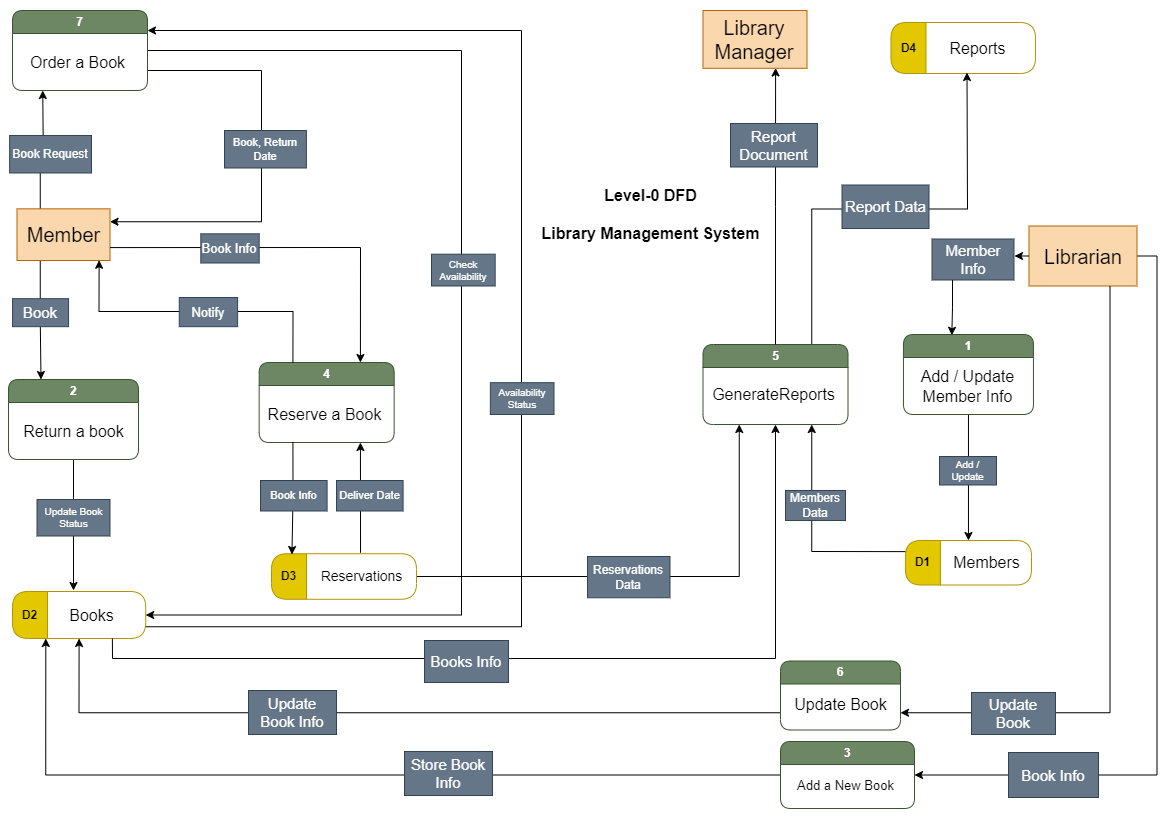
Earlier version of the draw.io export Library Management System (Level-0 DFD).png (Abdulrahman-Sayed-1/Library-Management-System). Source tidied: cells renumbered, new cells last; positions are measured from the earlier drawing's top-left corner, leaving out a move shared by most shapes.
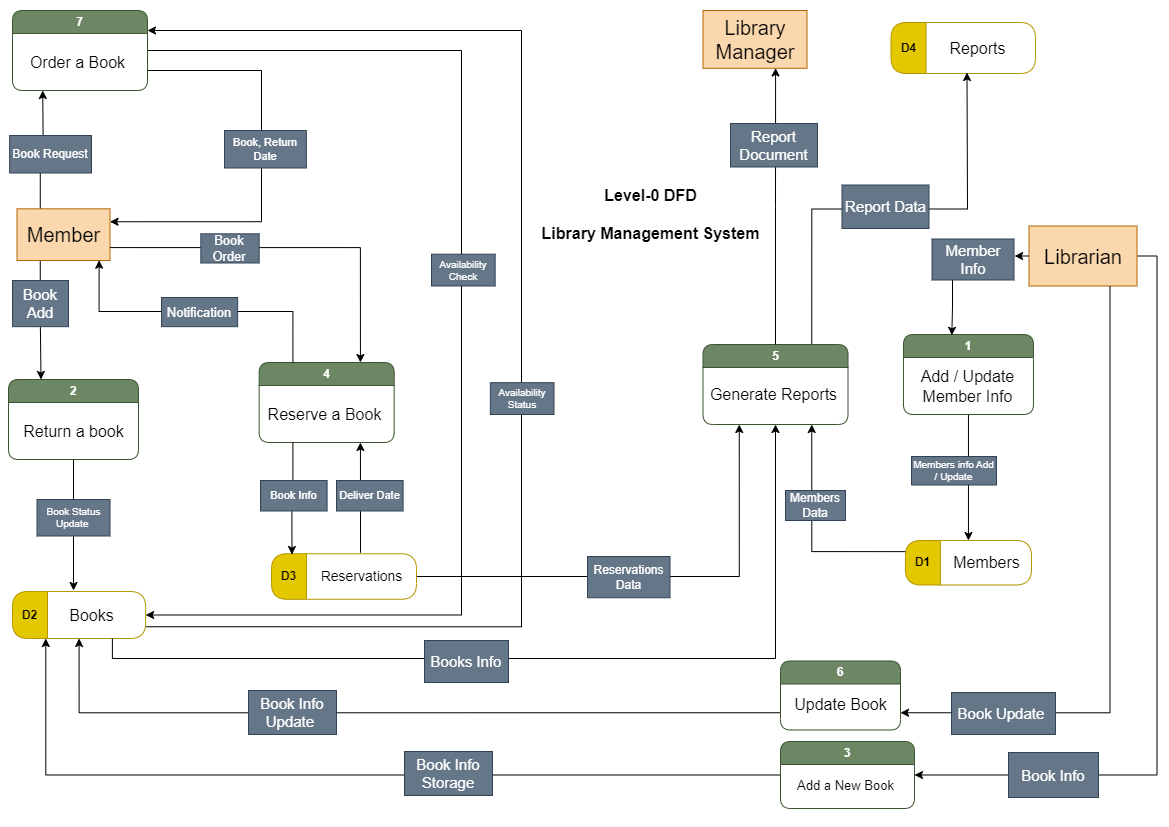
Later version of the same file.

The edit, as a diff of the source:
```diff
@@ -59,10 +59,10 @@
     <mxCell id="17" value="&lt;font style=&quot;font-size: 15px;&quot;&gt;Book Info&lt;/font&gt;" style="rounded=0;whiteSpace=wrap;html=1;fillColor=#647687;strokeColor=#314354;fontColor=#ffffff;fontSize=15;" parent="1" vertex="1">
       <mxGeometry x="1000" y="742" width="90" height="45" as="geometry" />
     </mxCell>
-    <mxCell id="18" value="Update Book&lt;br style=&quot;font-size: 10px;&quot;&gt;Status" style="rounded=0;whiteSpace=wrap;html=1;fillColor=#647687;fontColor=#ffffff;strokeColor=#314354;fontSize=10;" parent="1" vertex="1">
+    <mxCell id="18" value="Book Status Update&amp;nbsp;" style="rounded=0;whiteSpace=wrap;html=1;fillColor=#647687;fontColor=#ffffff;strokeColor=#314354;fontSize=10;" parent="1" vertex="1">
       <mxGeometry x="28.5" y="489" width="73" height="36.5" as="geometry" />
     </mxCell>
-    <mxCell id="19" value="Store Book Info" style="rounded=0;whiteSpace=wrap;html=1;fontSize=15;fillColor=#647687;fontColor=#ffffff;strokeColor=#314354;" parent="1" vertex="1">
+    <mxCell id="19" value="Book Info Storage" style="rounded=0;whiteSpace=wrap;html=1;fontSize=15;fillColor=#647687;fontColor=#ffffff;strokeColor=#314354;" parent="1" vertex="1">
       <mxGeometry x="396" y="741" width="88" height="44" as="geometry" />
     </mxCell>
     <mxCell id="20" value="&lt;font style=&quot;font-size: 15px;&quot;&gt;Books Info&lt;/font&gt;" style="rounded=0;whiteSpace=wrap;html=1;fillColor=#647687;strokeColor=#314354;fontColor=#ffffff;fontSize=15;" parent="1" vertex="1">
@@ -95,11 +95,11 @@
     <mxCell id="29" style="edgeStyle=orthogonalEdgeStyle;rounded=0;jettySize=auto;html=1;exitX=0.75;exitY=1;exitDx=0;exitDy=0;entryX=1;entryY=0.75;entryDx=0;entryDy=0;" parent="1" edge="1" source="21" target="27">
       <mxGeometry relative="1" as="geometry" />
     </mxCell>
-    <mxCell id="30" value="Update Book Info" style="rounded=0;whiteSpace=wrap;html=1;fontSize=15;fillColor=#647687;fontColor=#ffffff;strokeColor=#314354;" parent="1" vertex="1">
+    <mxCell id="30" value="Book Info Update&amp;nbsp;" style="rounded=0;whiteSpace=wrap;html=1;fontSize=15;fillColor=#647687;fontColor=#ffffff;strokeColor=#314354;" parent="1" vertex="1">
       <mxGeometry x="240" y="680" width="88" height="44" as="geometry" />
     </mxCell>
-    <mxCell id="31" value="&lt;font style=&quot;font-size: 15px;&quot;&gt;Update Book&lt;/font&gt;" style="rounded=0;whiteSpace=wrap;html=1;fillColor=#647687;strokeColor=#314354;fontColor=#ffffff;fontSize=15;" parent="1" vertex="1">
-      <mxGeometry x="963" y="682" width="84" height="42" as="geometry" />
+    <mxCell id="31" value="&lt;font style=&quot;font-size: 15px;&quot;&gt;Book&amp;nbsp;&lt;/font&gt;Update&amp;nbsp;" style="rounded=0;whiteSpace=wrap;html=1;fillColor=#647687;strokeColor=#314354;fontColor=#ffffff;fontSize=15;" parent="1" vertex="1">
+      <mxGeometry x="943" y="682" width="104" height="42" as="geometry" />
     </mxCell>
     <mxCell id="32" style="edgeStyle=orthogonalEdgeStyle;rounded=0;jettySize=auto;html=1;exitX=1;exitY=0.75;exitDx=0;exitDy=0;entryX=1;entryY=0.25;entryDx=0;entryDy=0;" parent="1" edge="1" source="34" target="4">
       <mxGeometry relative="1" as="geometry">
@@ -132,14 +132,14 @@
     <mxCell id="38" value="Reserve a Book" style="text;html=1;align=center;verticalAlign=middle;strokeColor=none;fillColor=none;fontSize=16;" parent="37" vertex="1">
       <mxGeometry x="-5" y="37" width="140" height="30" as="geometry" />
     </mxCell>
-    <mxCell id="39" value="&lt;font style=&quot;font-size: 13px;&quot;&gt;Book Info&lt;/font&gt;" style="rounded=0;whiteSpace=wrap;html=1;fillColor=#647687;strokeColor=#314354;fontColor=#ffffff;fontSize=13;" parent="1" vertex="1">
+    <mxCell id="39" value="&lt;font style=&quot;font-size: 13px;&quot;&gt;Book Order&lt;/font&gt;" style="rounded=0;whiteSpace=wrap;html=1;fillColor=#647687;strokeColor=#314354;fontColor=#ffffff;fontSize=13;" parent="1" vertex="1">
       <mxGeometry x="192.3" y="223.3" width="58.3" height="29.2" as="geometry" />
     </mxCell>
     <mxCell id="40" value="Book, Return Date" style="rounded=0;whiteSpace=wrap;html=1;fillColor=#647687;strokeColor=#314354;fontColor=#ffffff;fontSize=11;" parent="1" vertex="1">
       <mxGeometry x="216" y="120" width="81.9" height="37.5" as="geometry" />
     </mxCell>
-    <mxCell id="41" value="&lt;font style=&quot;font-size: 15px;&quot;&gt;Book&lt;/font&gt;" style="rounded=0;whiteSpace=wrap;html=1;fillColor=#647687;strokeColor=#314354;fontColor=#ffffff;fontSize=15;" parent="1" vertex="1">
-      <mxGeometry x="4.1" y="288.2" width="56" height="28" as="geometry" />
+    <mxCell id="41" value="&lt;font style=&quot;font-size: 15px;&quot;&gt;Book Add&lt;/font&gt;" style="rounded=0;whiteSpace=wrap;html=1;fillColor=#647687;strokeColor=#314354;fontColor=#ffffff;fontSize=15;" parent="1" vertex="1">
+      <mxGeometry x="4" y="270" width="56" height="46.2" as="geometry" />
     </mxCell>
     <mxCell id="42" style="edgeStyle=orthogonalEdgeStyle;rounded=0;jettySize=auto;html=1;exitX=0.5;exitY=1;exitDx=0;exitDy=0;entryX=1;entryY=0.5;entryDx=0;entryDy=0;" parent="1" edge="1" source="43" target="22">
       <mxGeometry relative="1" as="geometry" />
@@ -150,8 +150,8 @@
     <mxCell id="44" value="Add / Update&lt;br&gt;Member Info" style="text;html=1;align=center;verticalAlign=middle;strokeColor=none;fillColor=none;fontSize=16;" parent="43" vertex="1">
       <mxGeometry x="4" y="27" width="120" height="50" as="geometry" />
     </mxCell>
-    <mxCell id="45" value="&lt;font style=&quot;font-size: 10px;&quot;&gt;Add / Update&lt;/font&gt;" style="rounded=0;whiteSpace=wrap;html=1;fillColor=#647687;strokeColor=#314354;fontColor=#ffffff;fontSize=10;" parent="1" vertex="1">
-      <mxGeometry x="931" y="446" width="57" height="28.5" as="geometry" />
+    <mxCell id="45" value="&lt;font style=&quot;font-size: 10px;&quot;&gt;&lt;span style=&quot;text-wrap: nowrap;&quot;&gt;Members &lt;/span&gt;&lt;span style=&quot;text-wrap: nowrap;&quot;&gt;info&lt;/span&gt;&amp;nbsp;Add / Update&lt;/font&gt;" style="rounded=0;whiteSpace=wrap;html=1;fillColor=#647687;strokeColor=#314354;fontColor=#ffffff;fontSize=10;" parent="1" vertex="1">
+      <mxGeometry x="903" y="446" width="85" height="28.5" as="geometry" />
     </mxCell>
     <mxCell id="46" style="edgeStyle=orthogonalEdgeStyle;rounded=0;jettySize=auto;html=1;exitX=0;exitY=0.5;exitDx=0;exitDy=0;entryX=1.007;entryY=0.404;entryDx=0;entryDy=0;entryPerimeter=0;" parent="1" edge="1" source="21" target="51">
       <mxGeometry relative="1" as="geometry" />
@@ -173,7 +173,7 @@
     <mxCell id="51" value="Member Info" style="rounded=0;whiteSpace=wrap;html=1;fillColor=#647687;strokeColor=#314354;fontColor=#ffffff;fontSize=15;" parent="1" vertex="1">
       <mxGeometry x="923.5" y="228.5" width="82" height="41" as="geometry" />
     </mxCell>
-    <mxCell id="52" value="Check&lt;br&gt;Availability" style="rounded=0;whiteSpace=wrap;html=1;fillColor=#647687;fontColor=#ffffff;strokeColor=#314354;fontSize=10;" parent="1" vertex="1">
+    <mxCell id="52" value="Availability Check" style="rounded=0;whiteSpace=wrap;html=1;fillColor=#647687;fontColor=#ffffff;strokeColor=#314354;fontSize=10;" parent="1" vertex="1">
       <mxGeometry x="423" y="243.7" width="63.7" height="31.8" as="geometry" />
     </mxCell>
     <mxCell id="53" value="Availability&lt;br&gt;Status" style="rounded=0;whiteSpace=wrap;html=1;fillColor=#647687;fontColor=#ffffff;strokeColor=#314354;fontSize=10;" parent="1" vertex="1">
@@ -185,8 +185,8 @@
     <mxCell id="55" style="edgeStyle=orthogonalEdgeStyle;rounded=0;jettySize=auto;html=1;exitX=0.25;exitY=0;exitDx=0;exitDy=0;entryX=0.883;entryY=0.995;entryDx=0;entryDy=0;entryPerimeter=0;" parent="1" edge="1" source="37" target="4">
       <mxGeometry relative="1" as="geometry" />
     </mxCell>
-    <mxCell id="56" value="Notify" style="rounded=0;whiteSpace=wrap;html=1;fillColor=#647687;strokeColor=#314354;fontColor=#ffffff;fontSize=13;" parent="1" vertex="1">
-      <mxGeometry x="170.8" y="287" width="58.3" height="29.2" as="geometry" />
+    <mxCell id="56" value="Notification" style="rounded=0;whiteSpace=wrap;html=1;fillColor=#647687;strokeColor=#314354;fontColor=#ffffff;fontSize=13;" parent="1" vertex="1">
+      <mxGeometry x="153" y="287" width="76.1" height="29.2" as="geometry" />
     </mxCell>
     <mxCell id="57" style="edgeStyle=orthogonalEdgeStyle;rounded=0;jettySize=auto;html=1;exitX=1.021;exitY=0.614;exitDx=0;exitDy=0;exitPerimeter=0;entryX=0.75;entryY=1;entryDx=0;entryDy=0;" parent="1" edge="1" source="59" target="37">
       <mxGeometry relative="1" as="geometry" />
@@ -206,7 +206,7 @@
     <mxCell id="62" value="5" style="swimlane;whiteSpace=wrap;html=1;rounded=1;fillColor=#6d8764;fontColor=#ffffff;strokeColor=#3A5431;" parent="1" vertex="1">
       <mxGeometry x="694.5" y="334" width="145" height="80" as="geometry" />
     </mxCell>
-    <mxCell id="63" value="GenerateReports" style="text;html=1;align=center;verticalAlign=middle;strokeColor=none;fillColor=none;fontSize=16;" parent="62" vertex="1">
+    <mxCell id="63" value="Generate Reports" style="text;html=1;align=center;verticalAlign=middle;strokeColor=none;fillColor=none;fontSize=16;" parent="62" vertex="1">
       <mxGeometry x="-5" y="35" width="150" height="30" as="geometry" />
     </mxCell>
     <mxCell id="64" value="Report Data" style="rounded=0;whiteSpace=wrap;html=1;fillColor=#647687;strokeColor=#314354;fontColor=#ffffff;fontSize=15;" parent="1" vertex="1">
```
